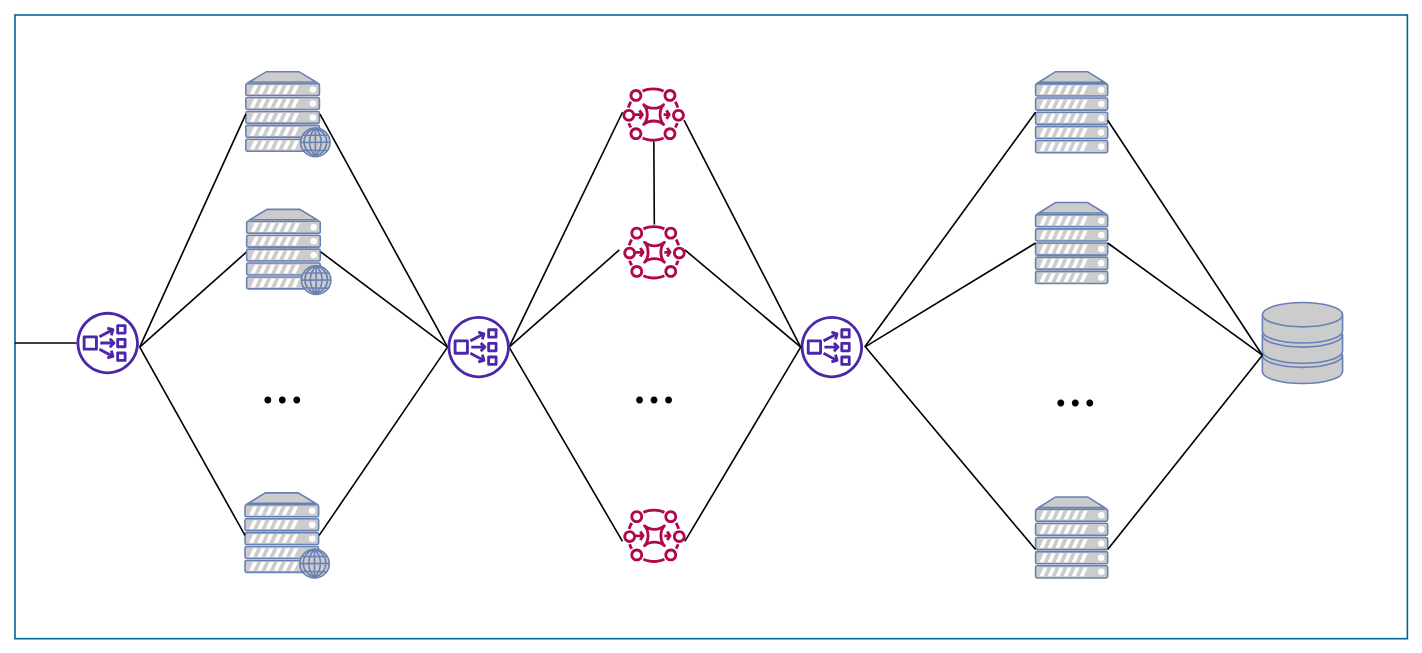
Earlier version of the draw.io diagram mandate/resources/documentation/sections/images/net.drawio (paolobettelini/rabbitmq-rs-app). Source tidied: cells renumbered, new cells numbered last; positions are measured from the earlier drawing's top-left corner, leaving out a move shared by most shapes. Both pictures are drawn from the tidied source at 81%, with x=0, y=0 at pixel (15, 15).
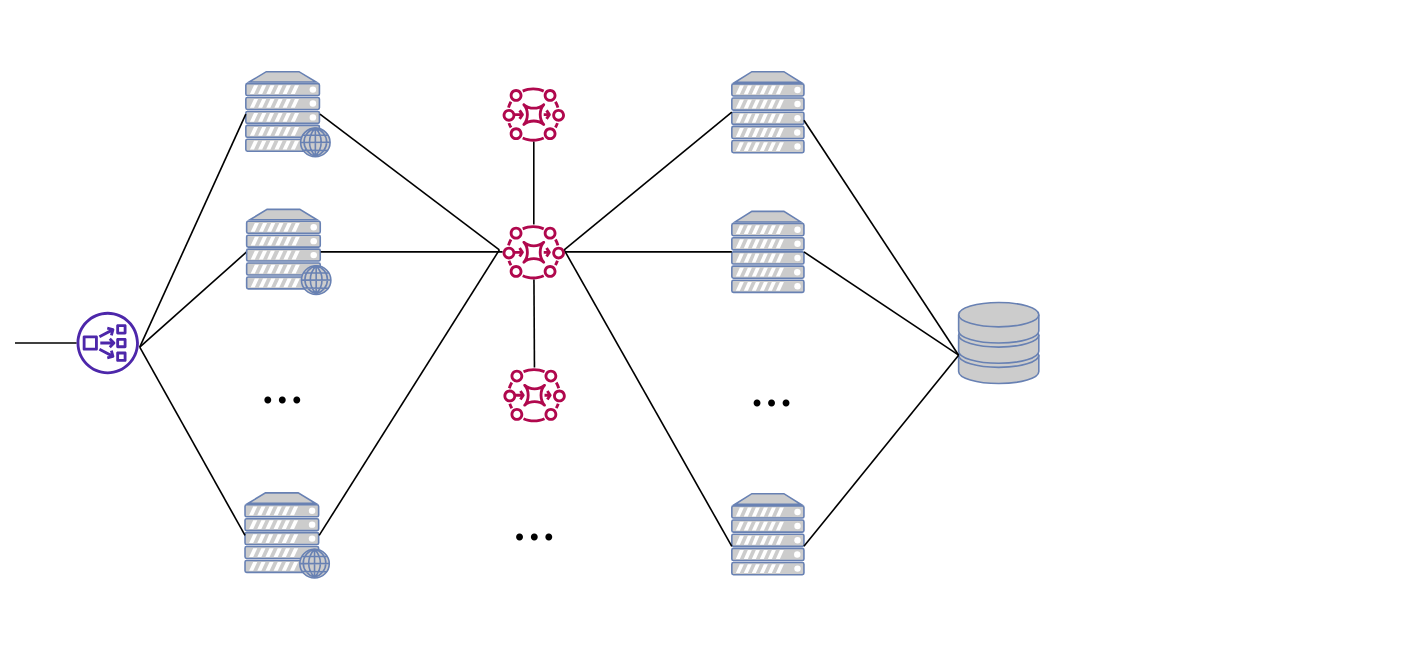
The same diagram, later.

The change refers to these unchanged cells:
```xml
<mxCell id="4" style="fontColor=#0066CC;verticalAlign=top;verticalLabelPosition=bottom;labelPosition=center;align=center;html=1;outlineConnect=0;fillColor=#CCCCCC;strokeColor=#6881B3;gradientColor=none;gradientDirection=north;strokeWidth=2;shape=mxgraph.networks.web_server;rounded=0;" parent="1" vertex="1">
  <mxGeometry x="286" y="240" width="104" height="105" as="geometry" />
</mxCell>
<mxCell id="5" style="fontColor=#0066CC;verticalAlign=top;verticalLabelPosition=bottom;labelPosition=center;align=center;html=1;outlineConnect=0;fillColor=#CCCCCC;strokeColor=#6881B3;gradientColor=none;gradientDirection=north;strokeWidth=2;shape=mxgraph.networks.web_server;rounded=0;" parent="1" vertex="1">
  <mxGeometry x="285" y="70" width="104" height="105" as="geometry" />
</mxCell>
<mxCell id="6" style="fontColor=#0066CC;verticalAlign=top;verticalLabelPosition=bottom;labelPosition=center;align=center;html=1;outlineConnect=0;fillColor=#CCCCCC;strokeColor=#6881B3;gradientColor=none;gradientDirection=north;strokeWidth=2;shape=mxgraph.networks.web_server;rounded=0;" parent="1" vertex="1">
  <mxGeometry x="284" y="590" width="104" height="105" as="geometry" />
</mxCell>
<mxCell id="14" style="sketch=0;outlineConnect=0;fontColor=#232F3E;gradientColor=none;fillColor=#4D27AA;strokeColor=none;dashed=0;verticalLabelPosition=bottom;verticalAlign=top;align=center;html=1;fontSize=12;fontStyle=0;shape=mxgraph.aws4.network_load_balancer;rounded=0;fontFamily=Times New Roman;" parent="1" vertex="1">
  <mxGeometry x="76" y="366" width="77" height="78" as="geometry" />
</mxCell>
```

Change to the diagram source:
```diff
@@
-    <mxCell id="2" value="&lt;div&gt;&lt;br&gt;&lt;/div&gt;" style="rounded=0;whiteSpace=wrap;html=1;shadow=0;comic=0;strokeColor=#036897;strokeWidth=2;fillColor=none;fontFamily=Verdana;fontSize=28;fontColor=#6881B3;align=center;arcSize=11;verticalAlign=top;" parent="1" vertex="1">
-      <mxGeometry width="1719" height="770" as="geometry" />
-    </mxCell>
@@
+    <mxCell id="11" style="endArrow=none;html=1;rounded=0;entryX=0.88;entryY=0.5;entryDx=0;entryDy=0;entryPerimeter=0;strokeWidth=2;" parent="1" edge="1" target="5">
+      <mxGeometry relative="1" as="geometry">
+        <mxPoint x="598" y="290" as="sourcePoint" />
+      </mxGeometry>
+    </mxCell>
-    <mxCell id="10" style="edgeStyle=none;html=1;labelBackgroundColor=none;endArrow=none;endFill=0;strokeWidth=2;fontFamily=Verdana;fontSize=15;fontColor=#036897;exitX=0.88;exitY=0.5;exitDx=0;exitDy=0;exitPerimeter=0;rounded=0;" parent="1" edge="1" source="4">
-      <mxGeometry relative="1" as="geometry">
-        <mxPoint x="534" y="410" as="targetPoint" />
-      </mxGeometry>
+    <mxCell id="10" style="edgeStyle=none;html=1;labelBackgroundColor=none;endArrow=none;endFill=0;strokeWidth=2;fontFamily=Verdana;fontSize=15;fontColor=#036897;exitX=0.88;exitY=0.5;exitDx=0;exitDy=0;exitPerimeter=0;rounded=0;" parent="1" edge="1" source="4" target="39">
+      <mxGeometry relative="1" as="geometry" />
     </mxCell>
-    <mxCell id="11" style="endArrow=none;html=1;rounded=0;entryX=0.88;entryY=0.5;entryDx=0;entryDy=0;entryPerimeter=0;strokeWidth=2;" parent="1" edge="1" target="5">
-      <mxGeometry relative="1" as="geometry">
-        <mxPoint x="534" y="410" as="sourcePoint" />
-      </mxGeometry>
-    </mxCell>
     <mxCell id="12" style="endArrow=none;html=1;rounded=0;strokeWidth=2;exitX=0.88;exitY=0.5;exitDx=0;exitDy=0;exitPerimeter=0;" parent="1" edge="1" source="6">
       <mxGeometry relative="1" as="geometry">
-        <mxPoint x="534" y="410" as="targetPoint" />
+        <mxPoint x="598" y="290" as="targetPoint" />
       </mxGeometry>
     </mxCell>
     <mxCell id="13" style="sketch=0;outlineConnect=0;fontColor=#232F3E;gradientColor=none;fillColor=#B0084D;strokeColor=none;dashed=0;verticalLabelPosition=bottom;verticalAlign=top;align=center;html=1;fontSize=12;fontStyle=0;shape=mxgraph.aws4.mq_broker;rounded=0;fontFamily=Times New Roman;" parent="1" vertex="1">
-      <mxGeometry x="750" y="83.5" width="77" height="78" as="geometry" />
+      <mxGeometry x="602" y="83.5" width="77" height="78" as="geometry" />
     </mxCell>
@@
-    <mxCell id="15" style="sketch=0;outlineConnect=0;fontColor=#232F3E;gradientColor=none;fillColor=#B0084D;strokeColor=none;dashed=0;verticalLabelPosition=bottom;verticalAlign=top;align=center;html=1;fontSize=12;fontStyle=0;shape=mxgraph.aws4.mq_broker;rounded=0;fontFamily=Times New Roman;" parent="1" vertex="1">
-      <mxGeometry x="751" y="253.5" width="77" height="78" as="geometry" />
-    </mxCell>
     <mxCell id="16" style="sketch=0;outlineConnect=0;fontColor=#232F3E;gradientColor=none;fillColor=#B0084D;strokeColor=none;dashed=0;verticalLabelPosition=bottom;verticalAlign=top;align=center;html=1;fontSize=12;fontStyle=0;shape=mxgraph.aws4.mq_broker;rounded=0;fontFamily=Times New Roman;" parent="1" vertex="1">
-      <mxGeometry x="751" y="603.5" width="77" height="78" as="geometry" />
+      <mxGeometry x="603" y="430" width="77" height="78" as="geometry" />
     </mxCell>
-    <mxCell id="17" style="endArrow=none;html=1;rounded=0;strokeWidth=2;fontFamily=Times New Roman;fontSize=72;entryX=0;entryY=0.464;entryDx=0;entryDy=0;entryPerimeter=0;" parent="1" edge="1" target="13">
-      <mxGeometry relative="1" as="geometry">
-        <mxPoint x="610" y="410" as="sourcePoint" />
-      </mxGeometry>
-    </mxCell>
-    <mxCell id="18" style="endArrow=none;html=1;rounded=0;strokeWidth=2;exitX=-0.013;exitY=0.609;exitDx=0;exitDy=0;exitPerimeter=0;" parent="1" edge="1" source="16">
-      <mxGeometry relative="1" as="geometry">
-        <mxPoint x="610" y="410" as="targetPoint" />
-      </mxGeometry>
-    </mxCell>
     <mxCell id="19" value="&lt;font style=&quot;font-size: 72px;&quot; face=&quot;Times New Roman&quot;&gt;...&lt;/font&gt;" style="text;html=1;strokeColor=none;fillColor=none;align=center;verticalAlign=middle;whiteSpace=wrap;rounded=0;fontSize=36;fontFamily=Helvetica;" parent="1" vertex="1">
-      <mxGeometry x="760" y="440" width="59" height="30" as="geometry" />
+      <mxGeometry x="612" y="610" width="59" height="30" as="geometry" />
     </mxCell>
-    <mxCell id="20" style="edgeStyle=none;html=1;labelBackgroundColor=none;endArrow=none;endFill=0;strokeWidth=2;fontFamily=Verdana;fontSize=15;fontColor=#036897;rounded=0;exitX=-0.064;exitY=0.464;exitDx=0;exitDy=0;exitPerimeter=0;" parent="1" edge="1" source="15">
-      <mxGeometry relative="1" as="geometry">
-        <mxPoint x="610" y="410" as="targetPoint" />
-      </mxGeometry>
-    </mxCell>
-    <mxCell id="21" style="sketch=0;fontColor=#232F3E;gradientColor=none;fillColor=#4D27AA;strokeColor=none;dashed=0;verticalLabelPosition=bottom;verticalAlign=top;align=center;html=1;fontSize=12;fontStyle=0;shape=mxgraph.aws4.network_load_balancer;rounded=0;fontFamily=Times New Roman;" parent="1" vertex="1">
-      <mxGeometry x="534" y="371" width="77" height="78" as="geometry" />
-    </mxCell>
-    <mxCell id="22" style="sketch=0;outlineConnect=0;fontColor=#232F3E;gradientColor=none;fillColor=#4D27AA;strokeColor=none;dashed=0;verticalLabelPosition=bottom;verticalAlign=top;align=center;html=1;fontSize=12;fontStyle=0;shape=mxgraph.aws4.network_load_balancer;rounded=0;fontFamily=Times New Roman;" parent="1" vertex="1">
-      <mxGeometry x="970" y="371" width="77" height="78" as="geometry" />
-    </mxCell>
-    <mxCell id="23" style="endArrow=none;html=1;rounded=0;strokeWidth=2;fontFamily=Times New Roman;fontSize=72;exitX=0;exitY=0.5;exitDx=0;exitDy=0;exitPerimeter=0;entryX=0.987;entryY=0.609;entryDx=0;entryDy=0;entryPerimeter=0;" parent="1" edge="1" source="22" target="13">
-      <mxGeometry relative="1" as="geometry" />
-    </mxCell>
-    <mxCell id="24" style="endArrow=none;html=1;rounded=0;strokeWidth=2;fontFamily=Times New Roman;fontSize=72;" parent="1" edge="1" source="15" target="13">
-      <mxGeometry relative="1" as="geometry" />
+    <mxCell id="24" style="endArrow=none;html=1;rounded=0;strokeWidth=2;fontFamily=Times New Roman;fontSize=72;" parent="1" edge="1" target="13">
+      <mxGeometry relative="1" as="geometry">
+        <mxPoint x="640.5" y="258.6" as="sourcePoint" />
+      </mxGeometry>
     </mxCell>
-    <mxCell id="25" style="edgeStyle=none;html=1;labelBackgroundColor=none;endArrow=none;endFill=0;strokeWidth=2;fontFamily=Verdana;fontSize=15;fontColor=#036897;rounded=0;exitX=0;exitY=0.5;exitDx=0;exitDy=0;exitPerimeter=0;entryX=0.987;entryY=0.609;entryDx=0;entryDy=0;entryPerimeter=0;" parent="1" edge="1" source="22" target="16">
-      <mxGeometry relative="1" as="geometry" />
-    </mxCell>
-    <mxCell id="26" style="edgeStyle=none;html=1;labelBackgroundColor=none;endArrow=none;endFill=0;strokeWidth=2;fontFamily=Verdana;fontSize=15;fontColor=#036897;rounded=0;entryX=0.987;entryY=0.464;entryDx=0;entryDy=0;entryPerimeter=0;" parent="1" edge="1" target="15">
-      <mxGeometry relative="1" as="geometry">
-        <mxPoint x="970" y="410" as="sourcePoint" />
-      </mxGeometry>
-    </mxCell>
     <mxCell id="27" style="fontColor=#0066CC;verticalAlign=top;verticalLabelPosition=bottom;labelPosition=center;align=center;html=1;outlineConnect=0;fillColor=#CCCCCC;strokeColor=#6881B3;gradientColor=none;gradientDirection=north;strokeWidth=2;shape=mxgraph.networks.server;rounded=0;fontFamily=Times New Roman;fontSize=72;" parent="1" vertex="1">
-      <mxGeometry x="1260" y="231.5" width="89" height="100" as="geometry" />
+      <mxGeometry x="885" y="242.5" width="89" height="100" as="geometry" />
     </mxCell>
     <mxCell id="28" style="fontColor=#0066CC;verticalAlign=top;verticalLabelPosition=bottom;labelPosition=center;align=center;html=1;outlineConnect=0;fillColor=#CCCCCC;strokeColor=#6881B3;gradientColor=none;gradientDirection=north;strokeWidth=2;shape=mxgraph.networks.storage;rounded=0;fontFamily=Times New Roman;fontSize=72;" parent="1" vertex="1">
-      <mxGeometry x="1540" y="355" width="99" height="100" as="geometry" />
+      <mxGeometry x="1165" y="355" width="99" height="100" as="geometry" />
     </mxCell>
     <mxCell id="29" style="fontColor=#0066CC;verticalAlign=top;verticalLabelPosition=bottom;labelPosition=center;align=center;html=1;outlineConnect=0;fillColor=#CCCCCC;strokeColor=#6881B3;gradientColor=none;gradientDirection=north;strokeWidth=2;shape=mxgraph.networks.server;rounded=0;fontFamily=Times New Roman;fontSize=72;" parent="1" vertex="1">
-      <mxGeometry x="1260" y="70" width="89" height="100" as="geometry" />
+      <mxGeometry x="885" y="70" width="89" height="100" as="geometry" />
     </mxCell>
     <mxCell id="30" style="fontColor=#0066CC;verticalAlign=top;verticalLabelPosition=bottom;labelPosition=center;align=center;html=1;outlineConnect=0;fillColor=#CCCCCC;strokeColor=#6881B3;gradientColor=none;gradientDirection=north;strokeWidth=2;shape=mxgraph.networks.server;rounded=0;fontFamily=Times New Roman;fontSize=72;" parent="1" vertex="1">
-      <mxGeometry x="1260" y="595" width="89" height="100" as="geometry" />
+      <mxGeometry x="885" y="591" width="89" height="100" as="geometry" />
     </mxCell>
     <mxCell id="31" value="&lt;font style=&quot;font-size: 72px;&quot; face=&quot;Times New Roman&quot;&gt;...&lt;/font&gt;" style="text;html=1;strokeColor=none;fillColor=none;align=center;verticalAlign=middle;whiteSpace=wrap;rounded=0;fontSize=36;fontFamily=Helvetica;" parent="1" vertex="1">
-      <mxGeometry x="1280" y="444" width="59" height="30" as="geometry" />
+      <mxGeometry x="905" y="444" width="59" height="30" as="geometry" />
     </mxCell>
-    <mxCell id="32" style="endArrow=none;html=1;rounded=0;strokeWidth=2;fontFamily=Times New Roman;fontSize=72;exitX=0;exitY=0.526;exitDx=0;exitDy=0;exitPerimeter=0;" parent="1" edge="1" source="2" target="14">
-      <mxGeometry relative="1" as="geometry" />
+    <mxCell id="32" style="endArrow=none;html=1;rounded=0;strokeWidth=2;fontFamily=Times New Roman;fontSize=72;exitX=0;exitY=0.526;exitDx=0;exitDy=0;exitPerimeter=0;" parent="1" edge="1" target="14">
+      <mxGeometry relative="1" as="geometry">
+        <mxPoint y="405" as="sourcePoint" />
+      </mxGeometry>
     </mxCell>
-    <mxCell id="33" style="endArrow=none;html=1;rounded=0;strokeWidth=2;fontFamily=Times New Roman;fontSize=72;exitX=1.026;exitY=0.5;exitDx=0;exitDy=0;exitPerimeter=0;entryX=0;entryY=0.5;entryDx=0;entryDy=0;entryPerimeter=0;" parent="1" edge="1" source="22" target="29">
-      <mxGeometry relative="1" as="geometry" />
+    <mxCell id="33" style="endArrow=none;html=1;rounded=0;strokeWidth=2;fontFamily=Times New Roman;fontSize=72;entryX=0;entryY=0.5;entryDx=0;entryDy=0;entryPerimeter=0;" parent="1" edge="1" target="29">
+      <mxGeometry relative="1" as="geometry">
+        <mxPoint x="678" y="290" as="sourcePoint" />
+      </mxGeometry>
     </mxCell>
-    <mxCell id="34" style="edgeStyle=none;html=1;labelBackgroundColor=none;endArrow=none;endFill=0;strokeWidth=2;fontFamily=Verdana;fontSize=15;fontColor=#036897;rounded=0;exitX=0;exitY=0.5;exitDx=0;exitDy=0;exitPerimeter=0;entryX=1.026;entryY=0.5;entryDx=0;entryDy=0;entryPerimeter=0;" parent="1" edge="1" source="27" target="22">
+    <mxCell id="34" style="edgeStyle=none;html=1;labelBackgroundColor=none;endArrow=none;endFill=0;strokeWidth=2;fontFamily=Verdana;fontSize=15;fontColor=#036897;rounded=0;exitX=0;exitY=0.5;exitDx=0;exitDy=0;exitPerimeter=0;" parent="1" edge="1" source="27" target="39">
       <mxGeometry relative="1" as="geometry" />
     </mxCell>
     <mxCell id="35" style="edgeStyle=none;html=1;labelBackgroundColor=none;endArrow=none;endFill=0;strokeWidth=2;fontFamily=Verdana;fontSize=15;fontColor=#036897;rounded=0;exitX=0;exitY=0.65;exitDx=0;exitDy=0;exitPerimeter=0;" parent="1" edge="1" source="30">
       <mxGeometry relative="1" as="geometry">
-        <mxPoint x="1050" y="410" as="targetPoint" />
+        <mxPoint x="678" y="290" as="targetPoint" />
       </mxGeometry>
     </mxCell>
@@
     <mxCell id="37" style="edgeStyle=none;html=1;labelBackgroundColor=none;endArrow=none;endFill=0;strokeWidth=2;fontFamily=Verdana;fontSize=15;fontColor=#036897;rounded=0;entryX=1;entryY=0.5;entryDx=0;entryDy=0;entryPerimeter=0;" parent="1" edge="1" target="27">
       <mxGeometry relative="1" as="geometry">
-        <mxPoint x="1540" y="420" as="sourcePoint" />
+        <mxPoint x="1165" y="420" as="sourcePoint" />
       </mxGeometry>
     </mxCell>
     <mxCell id="38" style="edgeStyle=none;html=1;labelBackgroundColor=none;endArrow=none;endFill=0;strokeWidth=2;fontFamily=Verdana;fontSize=15;fontColor=#036897;rounded=0;exitX=1;exitY=0.65;exitDx=0;exitDy=0;exitPerimeter=0;" parent="1" edge="1" source="30">
       <mxGeometry relative="1" as="geometry">
-        <mxPoint x="1540" y="420" as="targetPoint" />
+        <mxPoint x="1165" y="420" as="targetPoint" />
       </mxGeometry>
     </mxCell>
+    <mxCell id="39" style="sketch=0;outlineConnect=0;fontColor=#232F3E;gradientColor=none;fillColor=#B0084D;strokeColor=none;dashed=0;verticalLabelPosition=bottom;verticalAlign=top;align=center;html=1;fontSize=12;fontStyle=0;shape=mxgraph.aws4.mq_broker;rounded=0;fontFamily=Times New Roman;" parent="1" vertex="1">
+      <mxGeometry x="602" y="253.5" width="77" height="78" as="geometry" />
+    </mxCell>
+    <mxCell id="40" style="endArrow=none;html=1;rounded=0;strokeWidth=2;" parent="1" edge="1" source="16" target="39">
+      <mxGeometry relative="1" as="geometry" />
+    </mxCell>
```
